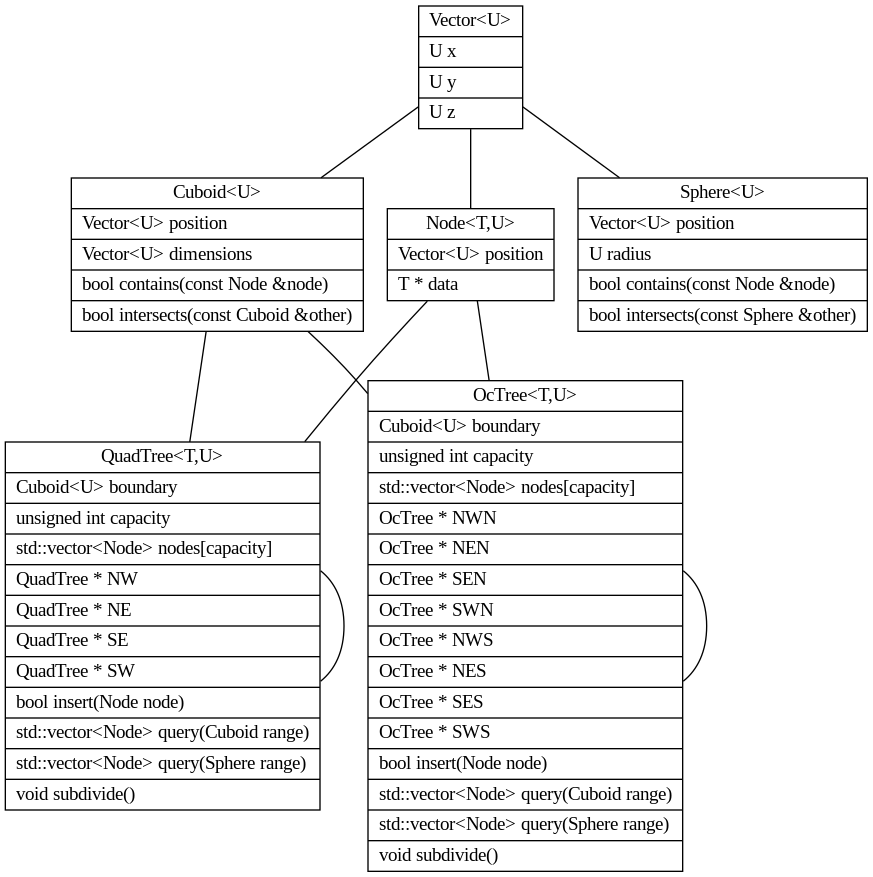
Before: doc/classes.dot.png, a diagram exported from Graphviz (pvorselaars/spatial-tree). Its source is kept beside it as doc/classes.dot.
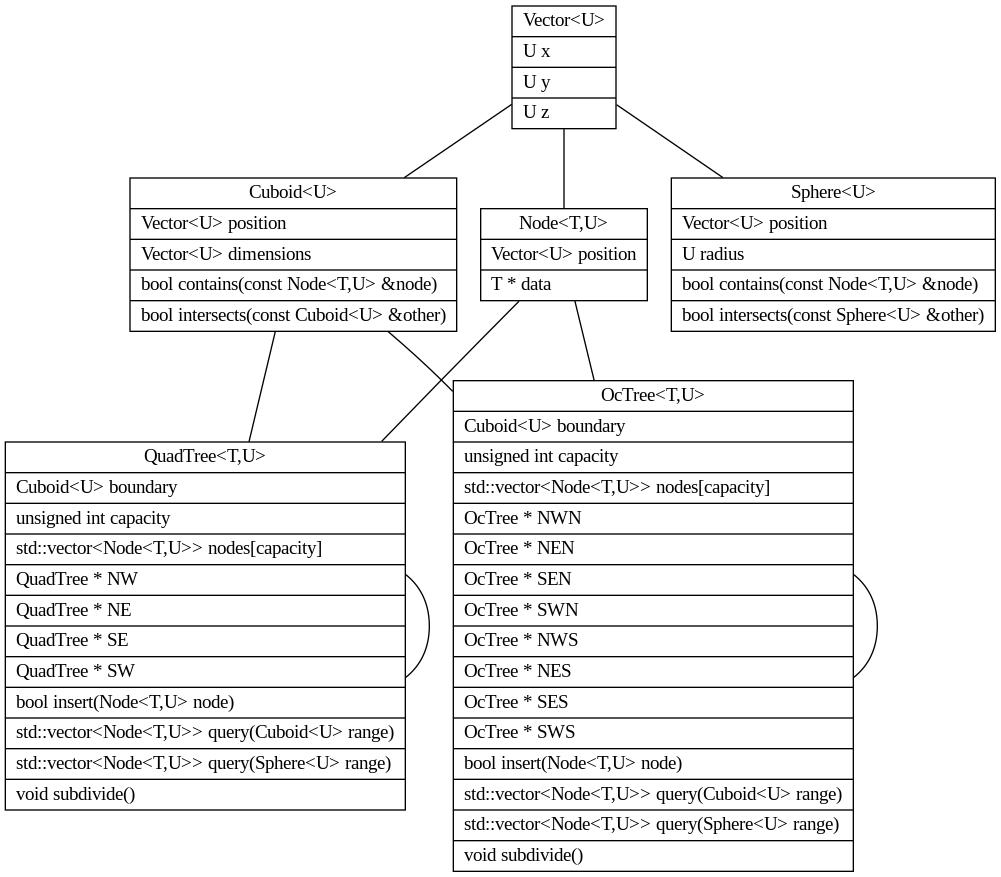
The same diagram one commit later.

Commit message:
Revised class diagram.

Change to the diagram source:
```diff
@@ -15,32 +15,32 @@
 	Sphere [label="{Sphere\<U\>|
 			Vector\<U\> position\l|
 			U radius\l|
-			bool contains(const Node &node)\l|
-			bool intersects(const Sphere &other)\l}"]
+			bool contains(const Node\<T,U\> &node)\l|
+			bool intersects(const Sphere\<U\> &other)\l}"]
 
 	Cuboid [label="{Cuboid\<U\>|
 			Vector\<U\> position\l|
 			Vector\<U\> dimensions\l|
-			bool contains(const Node &node)\l|
-			bool intersects(const Cuboid &other)\l}"]
+			bool contains(const Node\<T,U\> &node)\l|
+			bool intersects(const Cuboid\<U\> &other)\l}"]
 
 	QuadTree [label="{QuadTree\<T,U\>|
 			   Cuboid\<U\> boundary\l|
 			   unsigned int capacity\l|
-			   std::vector\<Node\> nodes[capacity]\l|
+			   std::vector\<Node\<T,U\>\> nodes[capacity]\l|
 			   QuadTree * NW\l|
 			   QuadTree * NE\l|
 			   QuadTree * SE\l|
 			   QuadTree * SW\l|
-			   bool insert(Node node)\l|
-			   std::vector\<Node\> query(Cuboid range)\l|
-			   std::vector\<Node\> query(Sphere range)\l|
+			   bool insert(Node\<T,U\> node)\l|
+			   std::vector\<Node\<T,U\>\> query(Cuboid\<U\> range)\l|
+			   std::vector\<Node\<T,U\>\> query(Sphere\<U\> range)\l|
 			   void subdivide()\l}"]
 
 	OcTree [label="{OcTree\<T,U\>|
 			  Cuboid\<U\> boundary\l|
 			  unsigned int capacity\l|
-			  std::vector\<Node\> nodes[capacity]\l|
+			  std::vector\<Node\<T,U\>\> nodes[capacity]\l|
 			  OcTree * NWN\l|
 			  OcTree * NEN\l|
 			  OcTree * SEN\l|
@@ -49,9 +49,9 @@
 			  OcTree * NES\l|
 			  OcTree * SES\l|
 			  OcTree * SWS\l|
-			  bool insert(Node node)\l|
-			  std::vector\<Node\> query(Cuboid range)\l|
-			  std::vector\<Node\> query(Sphere range)\l|
+			  bool insert(Node\<T,U\> node)\l|
+			  std::vector\<Node\<T,U\>\> query(Cuboid\<U\> range)\l|
+			  std::vector\<Node\<T,U\>\> query(Sphere\<U\> range)\l|
 			  void subdivide()\l}"]
 
 	Vector -- Element
```
